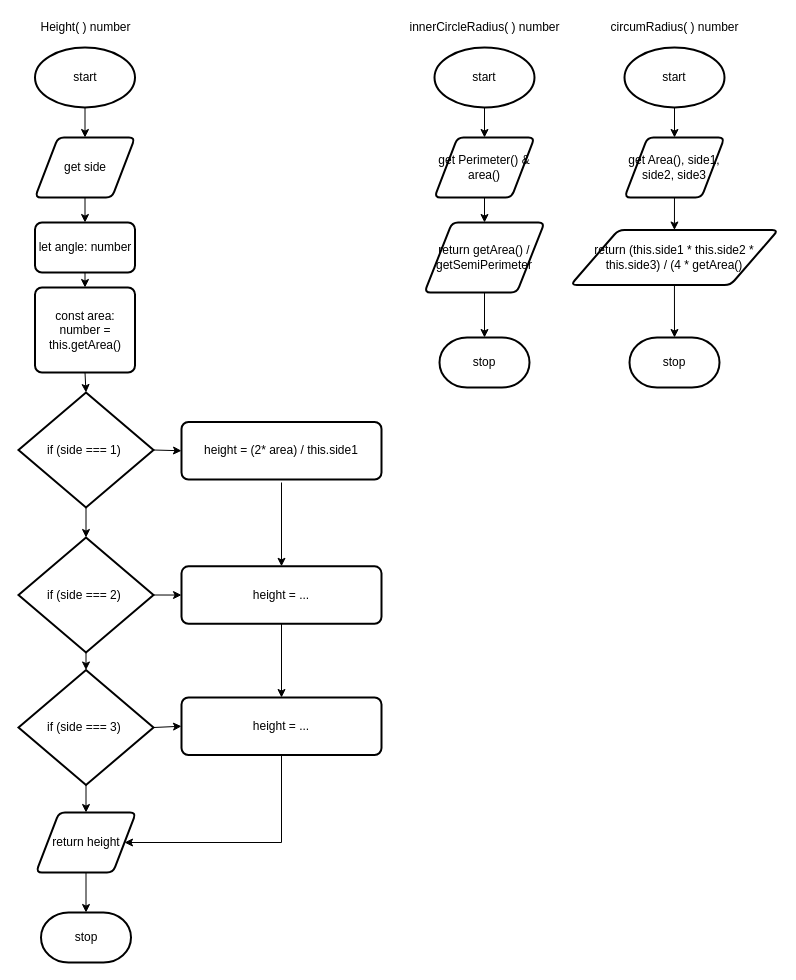
Earlier version of the draw.io diagram method2.drawio (Seti-Ngabo/ics4u-assignment-03-typescript). Source tidied: cells renumbered, new cells numbered last; positions are measured from the earlier drawing's top-left corner, leaving out a move shared by most shapes. Both pictures are drawn from the tidied source at 100%, with x=0, y=0 at pixel (18, 17).
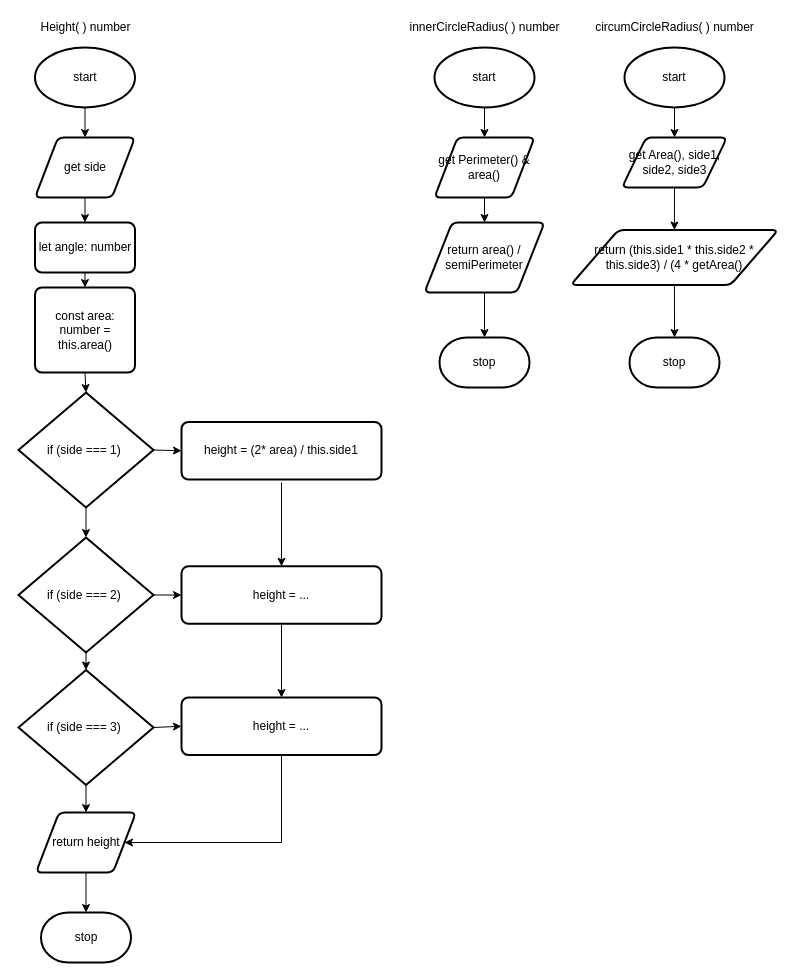
Above is the later version.

The edit, as a diff of the source:
```diff
@@
-    <mxCell id="10" value="const area: number = this.getArea()" style="rounded=1;whiteSpace=wrap;html=1;absoluteArcSize=1;arcSize=14;strokeWidth=2;" parent="1" vertex="1">
+    <mxCell id="10" value="const area: number = this.area()" style="rounded=1;whiteSpace=wrap;html=1;absoluteArcSize=1;arcSize=14;strokeWidth=2;" parent="1" vertex="1">
       <mxGeometry x="16.5" y="270" width="100" height="85" as="geometry" />
     </mxCell>
@@
-    <mxCell id="35" value="return getArea() / getSemiPerimeter" style="shape=parallelogram;html=1;strokeWidth=2;perimeter=parallelogramPerimeter;whiteSpace=wrap;rounded=1;arcSize=12;size=0.23;" parent="1" vertex="1">
+    <mxCell id="35" value="return area() / semiPerimeter" style="shape=parallelogram;html=1;strokeWidth=2;perimeter=parallelogramPerimeter;whiteSpace=wrap;rounded=1;arcSize=12;size=0.23;" parent="1" vertex="1">
       <mxGeometry x="406" y="205" width="120" height="70" as="geometry" />
     </mxCell>
@@
-    <mxCell id="39" value="circumRadius( ) number" style="text;html=1;align=center;verticalAlign=middle;strokeColor=none;fillColor=none;" parent="1" vertex="1">
-      <mxGeometry x="586" width="140" height="20" as="geometry" />
+    <mxCell id="39" value="circumCircleRadius( ) number" style="text;html=1;align=center;verticalAlign=middle;strokeColor=none;fillColor=none;" parent="1" vertex="1">
+      <mxGeometry x="571" width="170" height="20" as="geometry" />
     </mxCell>
@@
     <mxCell id="41" value="&lt;span&gt;get Area(), side1, side2, side3&lt;/span&gt;" style="shape=parallelogram;html=1;strokeWidth=2;perimeter=parallelogramPerimeter;whiteSpace=wrap;rounded=1;arcSize=12;size=0.23;" parent="1" vertex="1">
-      <mxGeometry x="606" y="120" width="100" height="60" as="geometry" />
+      <mxGeometry x="603.5" y="120" width="105" height="50" as="geometry" />
     </mxCell>
```
